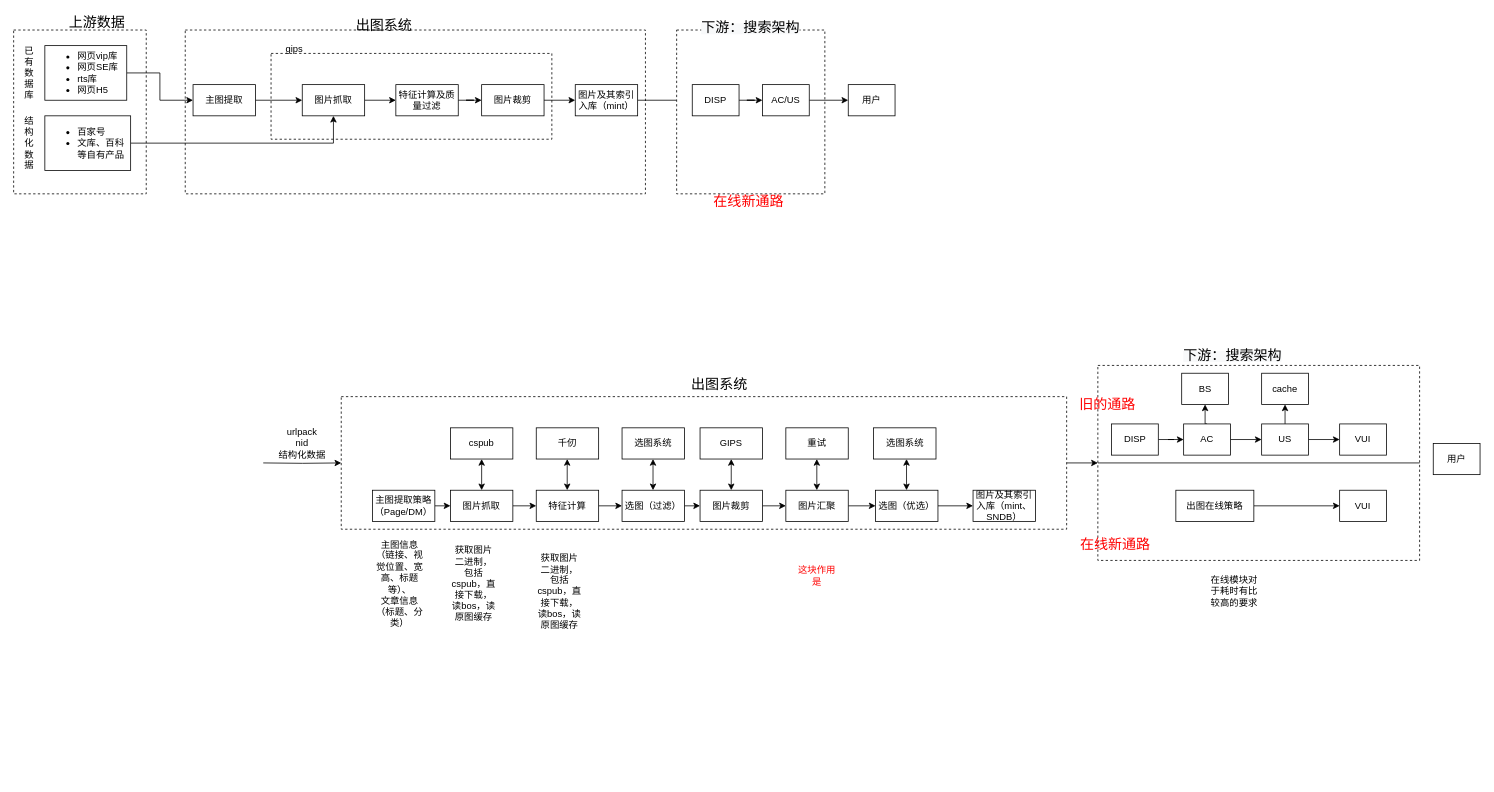
2018liuyan/one keeps this draw.io diagram as 搜索出图.drawio. Above is the earlier version. Source tidied: cells renumbered, new cells numbered last; positions are measured from the earlier drawing's top-left corner, leaving out a move shared by most shapes. Both pictures are drawn from the tidied source at 78%, with x=0, y=0 at pixel (13, 14).
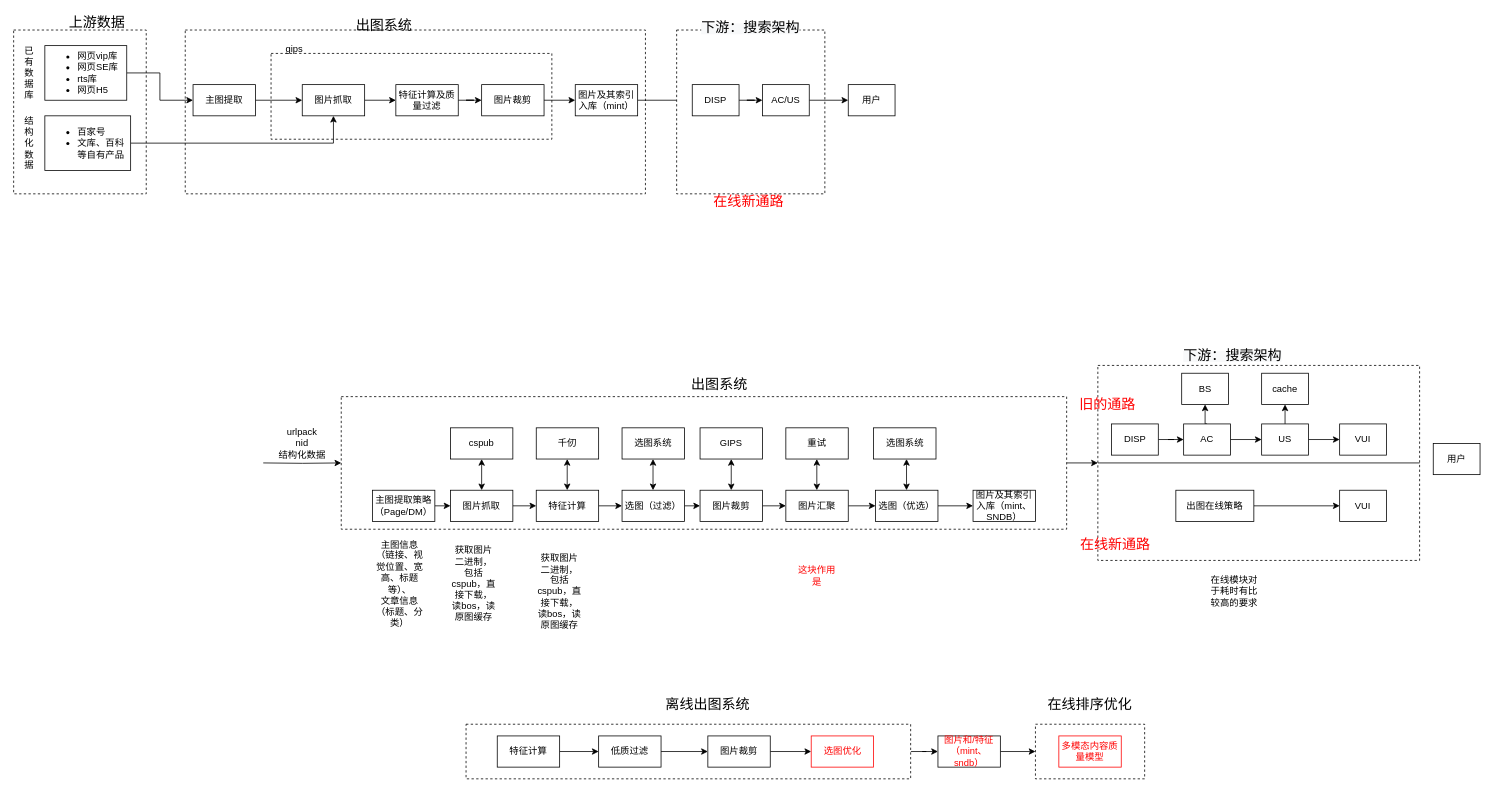
Above is the later version.

Commit message:
更新搜索出图.drawio

The edit, as a diff of the source:
```diff
@@
+    <mxCell id="89" style="edgeStyle=orthogonalEdgeStyle;rounded=0;jettySize=auto;html=1;" parent="1" edge="1" source="90" target="98">
+      <mxGeometry relative="1" as="geometry" />
+    </mxCell>
+    <mxCell id="90" style="rounded=0;whiteSpace=wrap;html=1;dashed=1;" parent="1" vertex="1">
+      <mxGeometry x="580" y="910" width="570" height="70" as="geometry" />
+    </mxCell>
+    <mxCell id="91" value="&lt;font style=&quot;font-size: 18px&quot;&gt;离线出图系统&lt;/font&gt;" style="text;html=1;strokeColor=none;fillColor=none;align=center;verticalAlign=middle;whiteSpace=wrap;rounded=0;dashed=1;" parent="1" vertex="1">
+      <mxGeometry x="830" y="870" width="120" height="30" as="geometry" />
+    </mxCell>
+    <mxCell id="92" style="edgeStyle=orthogonalEdgeStyle;rounded=0;jettySize=auto;html=1;" parent="1" edge="1" source="93" target="95">
+      <mxGeometry relative="1" as="geometry" />
+    </mxCell>
+    <mxCell id="93" value="低质过滤" style="rounded=0;whiteSpace=wrap;html=1;" parent="1" vertex="1">
+      <mxGeometry x="750" y="925" width="80" height="40" as="geometry" />
+    </mxCell>
+    <mxCell id="94" style="edgeStyle=orthogonalEdgeStyle;rounded=0;jettySize=auto;html=1;" parent="1" edge="1" source="95" target="96">
+      <mxGeometry relative="1" as="geometry" />
+    </mxCell>
+    <mxCell id="95" value="图片裁剪" style="rounded=0;whiteSpace=wrap;html=1;" parent="1" vertex="1">
+      <mxGeometry x="890" y="925" width="80" height="40" as="geometry" />
+    </mxCell>
+    <mxCell id="96" value="&lt;font color=&quot;#ff0000&quot;&gt;选图优化&lt;/font&gt;" style="rounded=0;whiteSpace=wrap;html=1;strokeColor=#FF0000;" parent="1" vertex="1">
+      <mxGeometry x="1022.5" y="925" width="80" height="40" as="geometry" />
+    </mxCell>
+    <mxCell id="97" style="edgeStyle=orthogonalEdgeStyle;rounded=0;jettySize=auto;html=1;" parent="1" edge="1" source="98" target="101">
+      <mxGeometry relative="1" as="geometry" />
+    </mxCell>
+    <mxCell id="98" value="&lt;font color=&quot;#ff0000&quot;&gt;图片和/特征（mint、sndb）&lt;/font&gt;" style="rounded=0;whiteSpace=wrap;html=1;" parent="1" vertex="1">
+      <mxGeometry x="1185" y="925" width="80" height="40" as="geometry" />
+    </mxCell>
+    <mxCell id="99" style="edgeStyle=orthogonalEdgeStyle;rounded=0;jettySize=auto;html=1;" parent="1" edge="1" source="100" target="93">
+      <mxGeometry relative="1" as="geometry" />
+    </mxCell>
+    <mxCell id="100" value="特征计算" style="rounded=0;whiteSpace=wrap;html=1;" parent="1" vertex="1">
+      <mxGeometry x="620" y="925" width="80" height="40" as="geometry" />
+    </mxCell>
+    <mxCell id="101" style="rounded=0;whiteSpace=wrap;html=1;dashed=1;" parent="1" vertex="1">
+      <mxGeometry x="1310" y="910" width="140" height="70" as="geometry" />
+    </mxCell>
+    <mxCell id="102" value="&lt;font color=&quot;#ff0000&quot;&gt;多模态内容质量模型&lt;/font&gt;" style="rounded=0;whiteSpace=wrap;html=1;strokeColor=#FF0000;" parent="1" vertex="1">
+      <mxGeometry x="1340" y="925" width="80" height="40" as="geometry" />
+    </mxCell>
+    <mxCell id="103" value="&lt;font style=&quot;font-size: 18px&quot;&gt;在线排序优化&lt;/font&gt;" style="text;html=1;strokeColor=none;fillColor=none;align=center;verticalAlign=middle;whiteSpace=wrap;rounded=0;dashed=1;" parent="1" vertex="1">
+      <mxGeometry x="1320" y="870" width="120" height="30" as="geometry" />
+    </mxCell>
```
